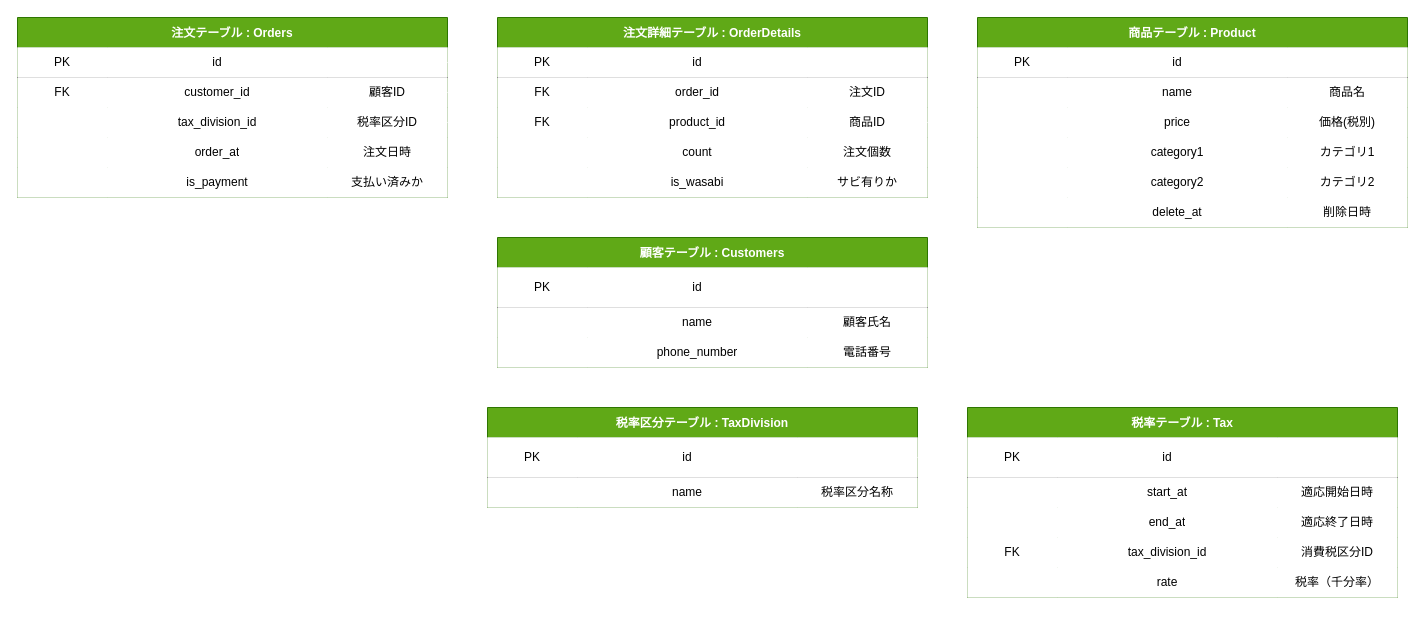
Above: DBモデリング1/assets/task1.drawio in k-takeuchi220/praha-challenge (draw.io), before the change. Source tidied: cells renumbered, new cells numbered last; positions are measured from the earlier drawing's top-left corner, leaving out a move shared by most shapes. Both pictures are drawn from the tidied source at 100%, with x=0, y=0 at pixel (17, 17).
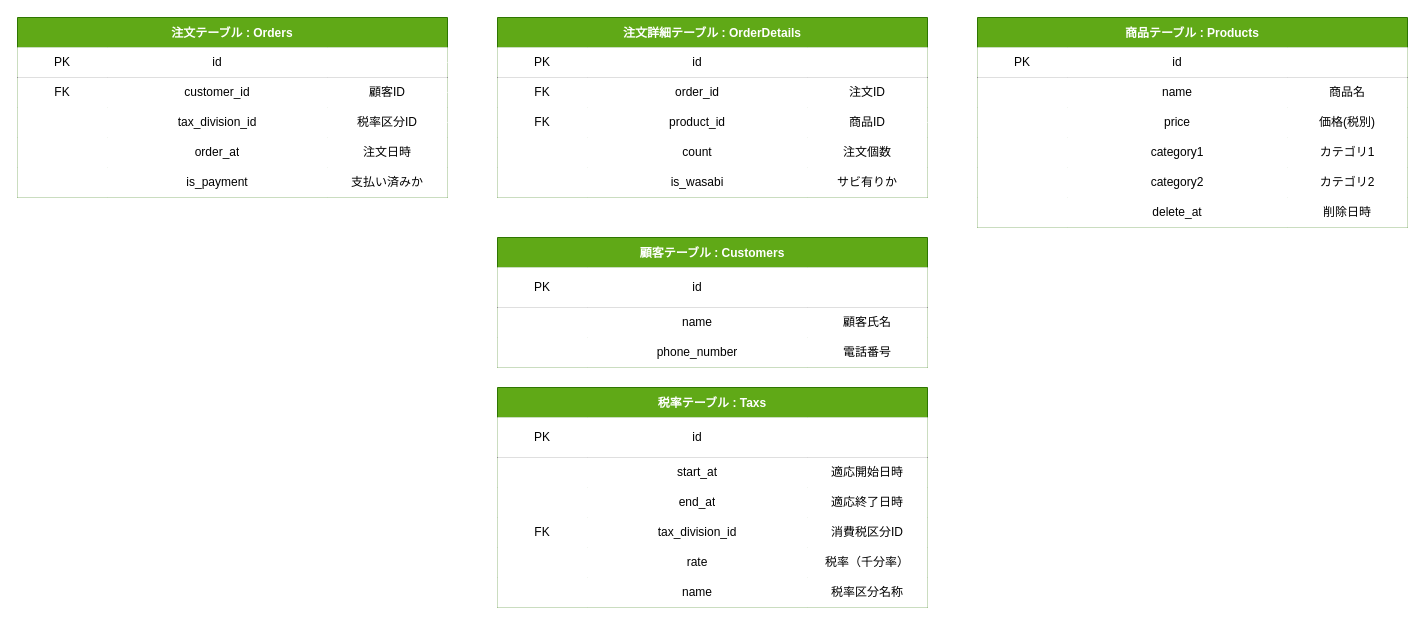
After the change.

Unchanged cells that the change refers to:
```xml
<mxCell id="70" style="shape=partialRectangle;html=1;whiteSpace=wrap;top=0;left=0;bottom=0;right=0;points=[[0,0.5],[1,0.5]];portConstraint=eastwest;" parent="61" vertex="1">
  <mxGeometry y="90" width="430" height="30" as="geometry" />
</mxCell>
<mxCell id="96" style="shape=partialRectangle;html=1;whiteSpace=wrap;top=0;left=0;bottom=0;right=0;points=[[0,0.5],[1,0.5]];portConstraint=eastwest;" parent="83" vertex="1">
  <mxGeometry y="130" width="430" height="30" as="geometry" />
</mxCell>
```

Diff of the diagram source:
```diff
@@
-    <mxCell id="2" value="商品テーブル : Product" style="shape=table;startSize=30;childLayout=tableLayout;rowLines=0;fontStyle=1;align=center;fillColor=#60a917;fontColor=#ffffff;strokeColor=#2D7600;" parent="1" vertex="1">
+    <mxCell id="2" value="商品テーブル : Products" style="shape=table;startSize=30;childLayout=tableLayout;rowLines=0;fontStyle=1;align=center;fillColor=#60a917;fontColor=#ffffff;strokeColor=#2D7600;" parent="1" vertex="1">
       <mxGeometry x="960" width="430" height="210" as="geometry" />
     </mxCell>
@@
-    <mxCell id="83" value="税率テーブル : Tax" style="shape=table;startSize=30;childLayout=tableLayout;rowLines=0;fontStyle=1;align=center;fillColor=#60a917;fontColor=#ffffff;strokeColor=#2D7600;" parent="1" vertex="1">
-      <mxGeometry x="950" y="390" width="430" height="190" as="geometry" />
+    <mxCell id="83" value="税率テーブル : Taxs" style="shape=table;startSize=30;childLayout=tableLayout;rowLines=0;fontStyle=1;align=center;fillColor=#60a917;fontColor=#ffffff;strokeColor=#2D7600;" parent="1" vertex="1">
+      <mxGeometry x="480" y="370" width="430" height="220" as="geometry" />
     </mxCell>
@@
-    <mxCell id="104" value="税率区分テーブル : TaxDivision" style="shape=table;startSize=30;childLayout=tableLayout;rowLines=0;fontStyle=1;align=center;fillColor=#60a917;fontColor=#ffffff;strokeColor=#2D7600;" parent="1" vertex="1">
-      <mxGeometry x="470" y="390" width="430" height="100" as="geometry" />
-    </mxCell>
-    <mxCell id="105" style="shape=partialRectangle;html=1;whiteSpace=wrap;top=0;left=0;bottom=1;right=0;points=[[0,0.5],[1,0.5]];portConstraint=eastwest;" parent="104" vertex="1">
-      <mxGeometry y="30" width="430" height="40" as="geometry" />
-    </mxCell>
-    <mxCell id="106" value="PK" style="shape=partialRectangle;html=1;whiteSpace=wrap;top=0;left=0;bottom=0;right=0;overflow=hidden;" parent="105" vertex="1">
-      <mxGeometry width="90" height="40" as="geometry" />
-    </mxCell>
-    <mxCell id="107" value="id" style="shape=partialRectangle;html=1;whiteSpace=wrap;top=0;left=0;bottom=0;right=0;overflow=hidden;align=center;labelPosition=center;verticalLabelPosition=middle;verticalAlign=middle;" parent="105" vertex="1">
-      <mxGeometry x="90" width="220" height="40" as="geometry" />
-    </mxCell>
-    <mxCell id="108" style="shape=partialRectangle;html=1;whiteSpace=wrap;top=0;left=0;bottom=0;right=0;overflow=hidden;align=center;labelPosition=center;verticalLabelPosition=middle;verticalAlign=middle;" parent="105" vertex="1">
-      <mxGeometry x="310" width="120" height="40" as="geometry" />
-    </mxCell>
-    <mxCell id="109" style="shape=partialRectangle;html=1;whiteSpace=wrap;top=0;left=0;bottom=0;right=0;" parent="104" vertex="1">
-      <mxGeometry y="70" width="430" height="30" as="geometry" />
-    </mxCell>
+    <mxCell id="118" style="shape=partialRectangle;html=1;whiteSpace=wrap;top=0;left=0;bottom=0;right=0;" parent="83" vertex="1">
+      <mxGeometry y="190" width="430" height="30" as="geometry" />
+    </mxCell>
-    <mxCell id="110" style="shape=partialRectangle;html=1;whiteSpace=wrap;top=0;left=0;bottom=0;right=0;overflow=hidden;" parent="109" vertex="1">
+    <mxCell id="110" style="shape=partialRectangle;html=1;whiteSpace=wrap;top=0;left=0;bottom=0;right=0;overflow=hidden;" parent="118" vertex="1">
       <mxGeometry width="90" height="30" as="geometry" />
     </mxCell>
-    <mxCell id="111" value="name" style="shape=partialRectangle;html=1;whiteSpace=wrap;top=0;left=0;bottom=0;right=0;overflow=hidden;align=center;labelPosition=center;verticalLabelPosition=middle;verticalAlign=middle;" parent="109" vertex="1">
+    <mxCell id="111" value="&lt;span&gt;name&lt;/span&gt;" style="shape=partialRectangle;html=1;whiteSpace=wrap;top=0;left=0;bottom=0;right=0;overflow=hidden;align=center;labelPosition=center;verticalLabelPosition=middle;verticalAlign=middle;" parent="118" vertex="1">
       <mxGeometry x="90" width="220" height="30" as="geometry" />
     </mxCell>
-    <mxCell id="112" value="税率区分名称" style="shape=partialRectangle;html=1;whiteSpace=wrap;top=0;left=0;bottom=0;right=0;overflow=hidden;align=center;labelPosition=center;verticalLabelPosition=middle;verticalAlign=middle;" parent="109" vertex="1">
+    <mxCell id="112" value="&lt;span&gt;税率区分名称&lt;/span&gt;" style="shape=partialRectangle;html=1;whiteSpace=wrap;top=0;left=0;bottom=0;right=0;overflow=hidden;align=center;labelPosition=center;verticalLabelPosition=middle;verticalAlign=middle;" parent="118" vertex="1">
       <mxGeometry x="310" width="120" height="30" as="geometry" />
     </mxCell>
@@
     <mxCell id="115" style="edgeStyle=elbowEdgeStyle;elbow=horizontal;endArrow=classic;html=1;exitX=1;exitY=0.5;exitDx=0;exitDy=0;strokeColor=#FFFFFF;" parent="1" edge="1" source="70">
       <mxGeometry relative="1" as="geometry">
-        <mxPoint x="470" y="440" as="targetPoint" />
+        <mxPoint x="480" y="520" as="targetPoint" />
         <Array as="points">
           <mxPoint x="450" y="300" />
         </Array>
       </mxGeometry>
     </mxCell>
-    <mxCell id="116" style="edgeStyle=elbowEdgeStyle;elbow=horizontal;endArrow=classic;html=1;strokeColor=#FFFFFF;exitX=1;exitY=0.5;exitDx=0;exitDy=0;entryX=0;entryY=0.5;entryDx=0;entryDy=0;" parent="1" edge="1" source="105" target="96">
-      <mxGeometry relative="1" as="geometry" />
-    </mxCell>
```
